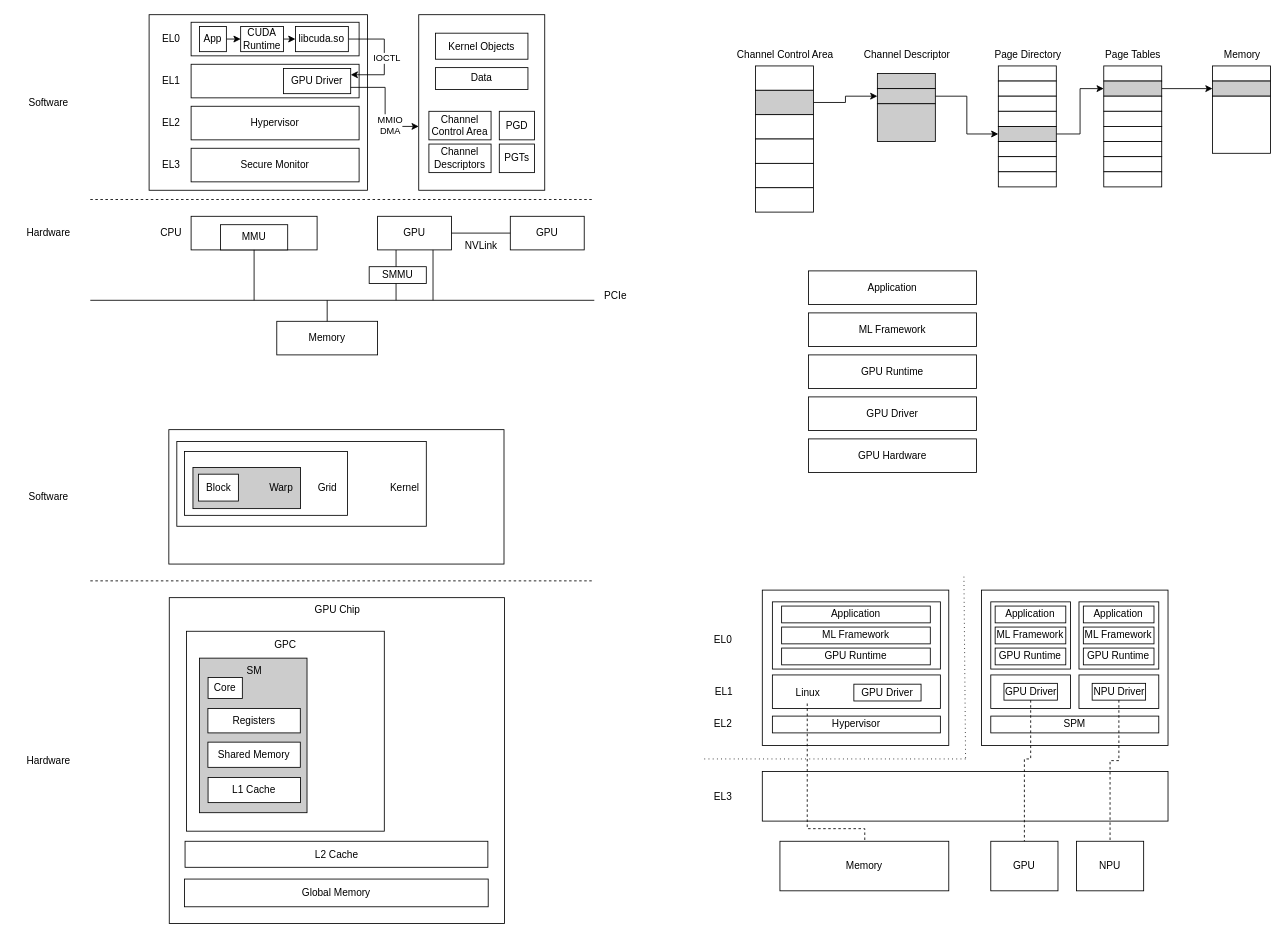
Earlier version of the draw.io diagram gpu.drawio (qianfei11/draw.io). Source tidied: cells renumbered, new cells numbered last; positions are measured from the earlier drawing's top-left corner, leaving out a move shared by most shapes. Both pictures are drawn from the tidied source at 84%, with x=0, y=0 at pixel (14, 14).
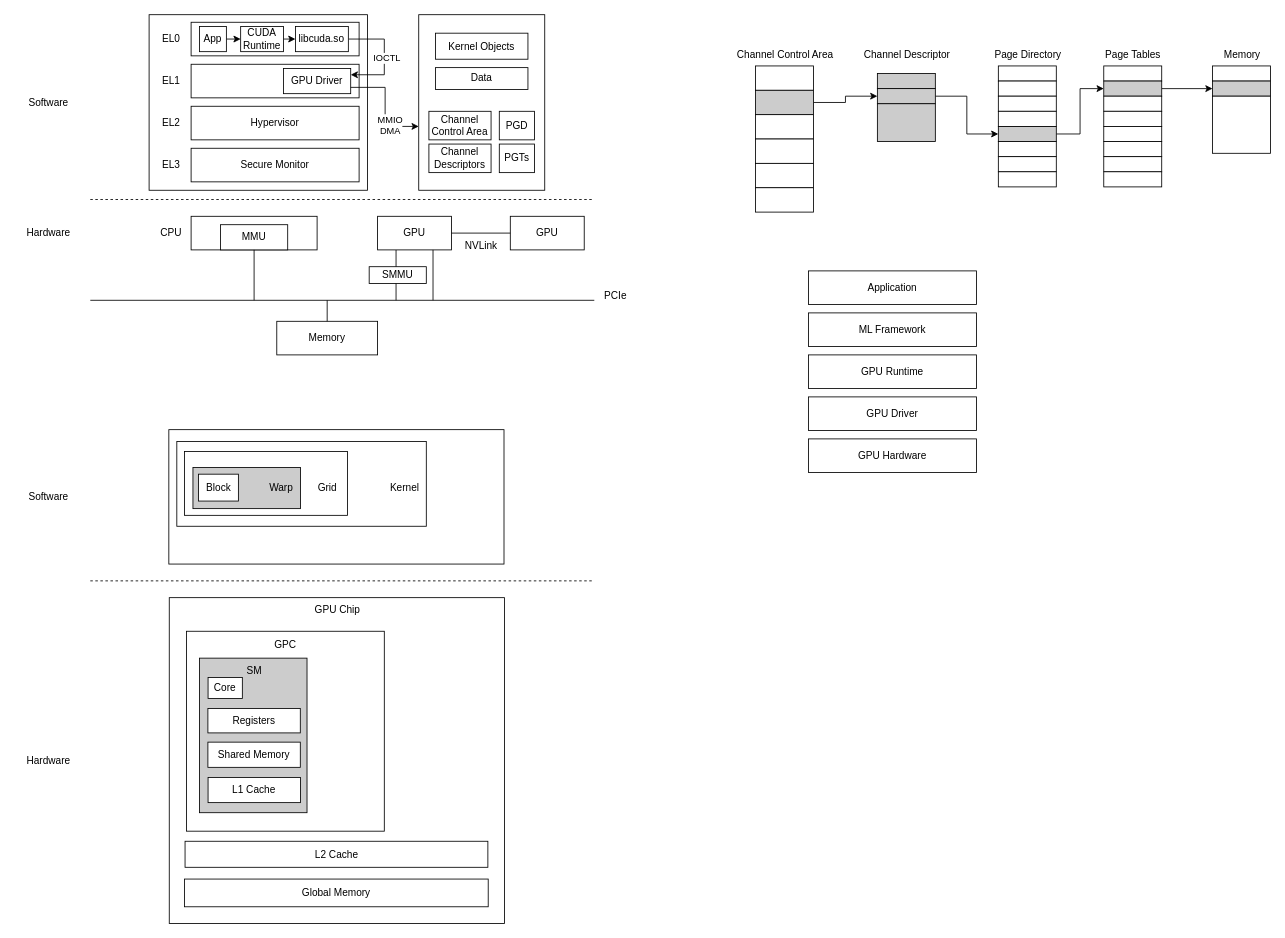
After the change.

Diff of the diagram source:
```diff
@@
-    <mxCell id="2" style="rounded=0;whiteSpace=wrap;html=1;" parent="1" vertex="1">
-      <mxGeometry x="1151" y="685" width="222" height="185" as="geometry" />
-    </mxCell>
@@
-    <mxCell id="112" style="rounded=0;whiteSpace=wrap;html=1;" parent="1" vertex="1">
-      <mxGeometry x="890" y="685" width="222" height="185" as="geometry" />
-    </mxCell>
-    <mxCell id="113" style="rounded=0;whiteSpace=wrap;html=1;" parent="1" vertex="1">
-      <mxGeometry x="902" y="786" width="200" height="40" as="geometry" />
-    </mxCell>
-    <mxCell id="114" style="rounded=0;whiteSpace=wrap;html=1;" parent="1" vertex="1">
-      <mxGeometry x="902" y="699" width="200" height="80" as="geometry" />
-    </mxCell>
-    <mxCell id="115" value="GPU Driver" style="rounded=0;whiteSpace=wrap;html=1;fillStyle=auto;fillColor=#FFFFFF;" parent="1" vertex="1">
-      <mxGeometry x="999" y="797" width="80" height="20" as="geometry" />
-    </mxCell>
-    <mxCell id="116" value="EL1" style="text;html=1;align=center;verticalAlign=middle;strokeColor=none;fillColor=none;rounded=0;" parent="1" vertex="1">
-      <mxGeometry x="823.5" y="791" width="40" height="30" as="geometry" />
-    </mxCell>
-    <mxCell id="117" value="EL0" style="text;html=1;align=center;verticalAlign=middle;strokeColor=none;fillColor=none;rounded=0;" parent="1" vertex="1">
-      <mxGeometry x="823" y="729" width="40" height="30" as="geometry" />
-    </mxCell>
-    <mxCell id="118" value="Hypervisor" style="rounded=0;whiteSpace=wrap;html=1;" parent="1" vertex="1">
-      <mxGeometry x="902" y="835" width="200" height="20" as="geometry" />
-    </mxCell>
-    <mxCell id="119" value="EL2" style="text;html=1;align=center;verticalAlign=middle;strokeColor=none;fillColor=none;rounded=0;" parent="1" vertex="1">
-      <mxGeometry x="823" y="830" width="40" height="30" as="geometry" />
-    </mxCell>
-    <mxCell id="120" value="EL3" style="text;html=1;align=center;verticalAlign=middle;strokeColor=none;fillColor=none;rounded=0;" parent="1" vertex="1">
-      <mxGeometry x="823" y="915.5" width="40" height="30" as="geometry" />
-    </mxCell>
-    <mxCell id="121" value="ML Framework" style="rounded=0;whiteSpace=wrap;html=1;fillStyle=auto;fillColor=#FFFFFF;" parent="1" vertex="1">
-      <mxGeometry x="913" y="729" width="177" height="20" as="geometry" />
-    </mxCell>
-    <mxCell id="122" value="GPU Runtime" style="rounded=0;whiteSpace=wrap;html=1;fillStyle=auto;fillColor=#FFFFFF;" parent="1" vertex="1">
-      <mxGeometry x="913" y="754" width="177" height="20" as="geometry" />
-    </mxCell>
-    <mxCell id="123" value="Application" style="rounded=0;whiteSpace=wrap;html=1;fillStyle=auto;fillColor=#FFFFFF;" parent="1" vertex="1">
-      <mxGeometry x="913" y="704" width="177" height="20" as="geometry" />
-    </mxCell>
-    <mxCell id="124" style="rounded=0;whiteSpace=wrap;html=1;" parent="1" vertex="1">
-      <mxGeometry x="890" y="901" width="483" height="59" as="geometry" />
-    </mxCell>
-    <mxCell id="125" value="Memory" style="rounded=0;whiteSpace=wrap;html=1;" parent="1" vertex="1">
-      <mxGeometry x="911" y="984" width="201" height="59" as="geometry" />
-    </mxCell>
-    <mxCell id="126" value="GPU" style="rounded=0;whiteSpace=wrap;html=1;" parent="1" vertex="1">
-      <mxGeometry x="1162" y="984" width="80" height="59" as="geometry" />
-    </mxCell>
-    <mxCell id="127" value="NPU" style="rounded=0;whiteSpace=wrap;html=1;" parent="1" vertex="1">
-      <mxGeometry x="1264" y="984" width="80" height="59" as="geometry" />
-    </mxCell>
-    <mxCell id="128" value="SPM" style="rounded=0;whiteSpace=wrap;html=1;" parent="1" vertex="1">
-      <mxGeometry x="1162" y="835" width="200" height="20" as="geometry" />
-    </mxCell>
-    <mxCell id="129" style="group;" parent="1" vertex="1">
-      <mxGeometry x="1162" y="699" width="95" height="127" as="geometry" />
-    </mxCell>
-    <mxCell id="130" style="rounded=0;whiteSpace=wrap;html=1;" parent="129" vertex="1">
-      <mxGeometry y="87" width="95" height="40" as="geometry" />
-    </mxCell>
-    <mxCell id="131" style="rounded=0;whiteSpace=wrap;html=1;" parent="129" vertex="1">
-      <mxGeometry width="95" height="80" as="geometry" />
-    </mxCell>
-    <mxCell id="132" value="GPU Driver" style="rounded=0;whiteSpace=wrap;html=1;fillStyle=auto;fillColor=#FFFFFF;" parent="129" vertex="1">
-      <mxGeometry x="15.7" y="97" width="63.6" height="20" as="geometry" />
-    </mxCell>
-    <mxCell id="133" value="ML Framework" style="rounded=0;whiteSpace=wrap;html=1;fillStyle=auto;fillColor=#FFFFFF;" parent="129" vertex="1">
-      <mxGeometry x="5.2" y="30" width="84.1" height="20" as="geometry" />
-    </mxCell>
-    <mxCell id="134" value="GPU Runtime" style="rounded=0;whiteSpace=wrap;html=1;fillStyle=auto;fillColor=#FFFFFF;" parent="129" vertex="1">
-      <mxGeometry x="5.2" y="55" width="84.1" height="20" as="geometry" />
-    </mxCell>
-    <mxCell id="135" value="Application" style="rounded=0;whiteSpace=wrap;html=1;fillStyle=auto;fillColor=#FFFFFF;" parent="129" vertex="1">
-      <mxGeometry x="5.2" y="5" width="84.1" height="20" as="geometry" />
-    </mxCell>
-    <mxCell id="136" style="group;" parent="1" vertex="1">
-      <mxGeometry x="1267" y="699" width="95" height="127" as="geometry" />
-    </mxCell>
-    <mxCell id="137" style="rounded=0;whiteSpace=wrap;html=1;" parent="136" vertex="1">
-      <mxGeometry y="87" width="95" height="40" as="geometry" />
-    </mxCell>
-    <mxCell id="138" style="rounded=0;whiteSpace=wrap;html=1;" parent="136" vertex="1">
-      <mxGeometry width="95" height="80" as="geometry" />
-    </mxCell>
-    <mxCell id="139" value="NPU Driver" style="rounded=0;whiteSpace=wrap;html=1;fillStyle=auto;fillColor=#FFFFFF;" parent="136" vertex="1">
-      <mxGeometry x="15.7" y="97" width="63.6" height="20" as="geometry" />
-    </mxCell>
-    <mxCell id="140" value="ML Framework" style="rounded=0;whiteSpace=wrap;html=1;fillStyle=auto;fillColor=#FFFFFF;" parent="136" vertex="1">
-      <mxGeometry x="5.2" y="30" width="84.1" height="20" as="geometry" />
-    </mxCell>
-    <mxCell id="141" value="GPU Runtime" style="rounded=0;whiteSpace=wrap;html=1;fillStyle=auto;fillColor=#FFFFFF;" parent="136" vertex="1">
-      <mxGeometry x="5.2" y="55" width="84.1" height="20" as="geometry" />
-    </mxCell>
-    <mxCell id="142" value="Application" style="rounded=0;whiteSpace=wrap;html=1;fillStyle=auto;fillColor=#FFFFFF;" parent="136" vertex="1">
-      <mxGeometry x="5.2" y="5" width="84.1" height="20" as="geometry" />
-    </mxCell>
-    <mxCell id="143" style="edgeStyle=orthogonalEdgeStyle;rounded=0;jettySize=auto;html=1;dashed=1;endArrow=none;endFill=0;" parent="1" edge="1" source="144" target="125">
-      <mxGeometry relative="1" as="geometry">
-        <Array as="points">
-          <mxPoint x="944" y="969" />
-          <mxPoint x="1012" y="969" />
-        </Array>
-      </mxGeometry>
-    </mxCell>
-    <mxCell id="144" value="Linux" style="text;html=1;align=center;verticalAlign=middle;points=[];strokeColor=none;fillColor=none;rounded=0;" parent="1" vertex="1">
-      <mxGeometry x="920" y="794" width="47" height="26" as="geometry" />
-    </mxCell>
-    <mxCell id="145" style="edgeStyle=orthogonalEdgeStyle;rounded=0;jettySize=auto;html=1;dashed=1;endArrow=none;endFill=0;" parent="1" edge="1" source="132" target="126">
-      <mxGeometry relative="1" as="geometry">
-        <Array as="points">
-          <mxPoint x="1210" y="886" />
-          <mxPoint x="1202" y="886" />
-        </Array>
-      </mxGeometry>
-    </mxCell>
-    <mxCell id="146" style="edgeStyle=orthogonalEdgeStyle;rounded=0;jettySize=auto;html=1;dashed=1;endArrow=none;endFill=0;" parent="1" edge="1" source="139" target="127">
-      <mxGeometry relative="1" as="geometry">
-        <Array as="points">
-          <mxPoint x="1315" y="888" />
-          <mxPoint x="1304" y="888" />
-        </Array>
-      </mxGeometry>
-    </mxCell>
-    <mxCell id="147" style="endArrow=none;dashed=1;html=1;rounded=0;dashPattern=1 4;" parent="1" edge="1">
-      <mxGeometry relative="1" as="geometry">
-        <mxPoint x="1132" y="885" as="sourcePoint" />
-        <mxPoint x="1130" y="666" as="targetPoint" />
-      </mxGeometry>
-    </mxCell>
-    <mxCell id="148" style="endArrow=none;dashed=1;html=1;rounded=0;dashPattern=1 4;" parent="1" edge="1">
-      <mxGeometry relative="1" as="geometry">
-        <mxPoint x="1132" y="886" as="sourcePoint" />
-        <mxPoint x="821" y="886" as="targetPoint" />
-      </mxGeometry>
-    </mxCell>
```
